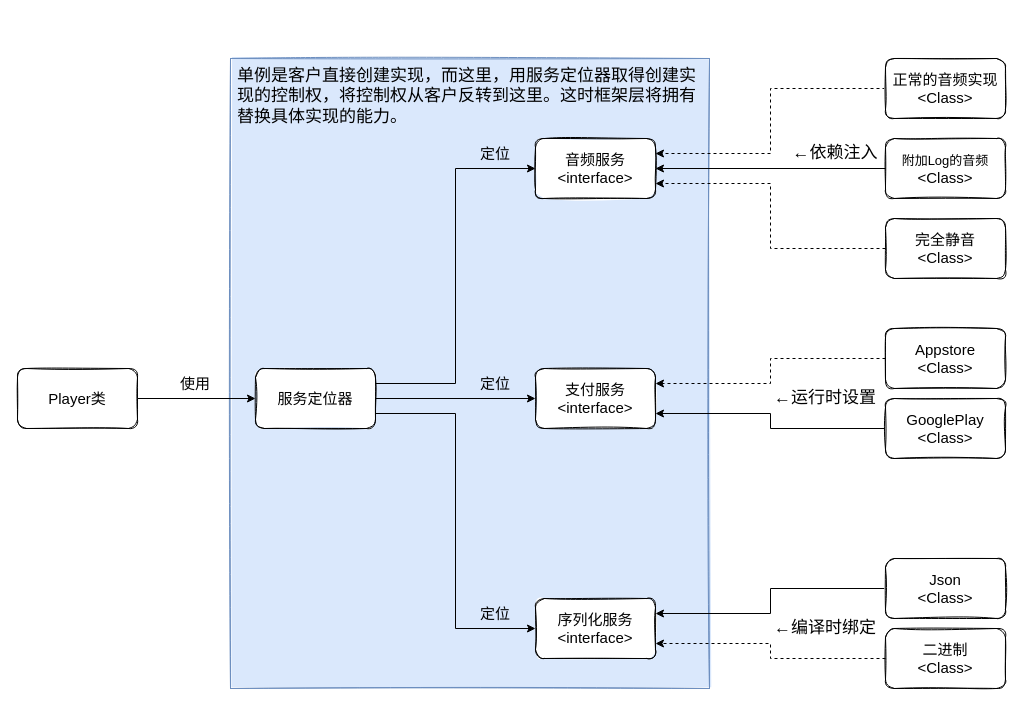
Earlier version of the draw.io diagram page "服务定位器" (2 of 8) of StartFramework.drawio (sass00n1/StartFramework). Source tidied: cells renumbered, new cells numbered last; positions are measured from the earlier drawing's top-left corner, leaving out a move shared by most shapes. Both pictures are drawn from the tidied source at 100%, with x=0, y=0 at pixel (17, 38).
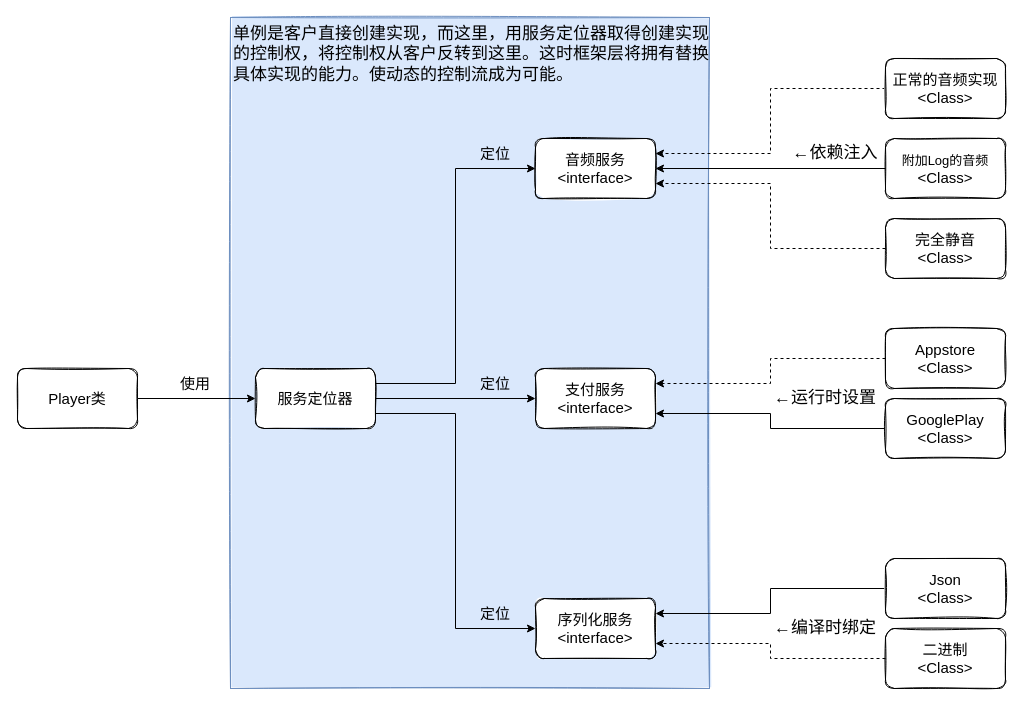
After the change.

Change to the diagram source:
```diff
@@
     <mxCell id="2" style="rounded=0;whiteSpace=wrap;html=1;sketch=1;fontSize=30;strokeColor=#6c8ebf;fillColor=#dae8fc;fillStyle=solid;" parent="1" vertex="1">
-      <mxGeometry x="213" y="20" width="479" height="630" as="geometry" />
+      <mxGeometry x="213" y="-21" width="479" height="671" as="geometry" />
     </mxCell>
@@
-    <mxCell id="31" value="&lt;div style=&quot;font-size: 17px&quot;&gt;&lt;font style=&quot;font-size: 17px ; line-height: 1&quot;&gt;单例是客户直接创建实现，而这里，用服务定位器取得创建实现的控制权，将控制权从客户反转到这里。这时框架层将拥有替换具体实现的能力。&lt;/font&gt;&lt;/div&gt;" style="text;html=1;strokeColor=none;fillColor=none;align=left;verticalAlign=middle;whiteSpace=wrap;rounded=0;sketch=1;fillStyle=solid;fontSize=30;" parent="1" vertex="1">
-      <mxGeometry x="218" y="20" width="472" height="76" as="geometry" />
+    <mxCell id="31" value="&lt;div style=&quot;font-size: 17px&quot;&gt;&lt;font style=&quot;font-size: 17px ; line-height: 1&quot;&gt;单例是客户直接创建实现，而这里，用服务定位器取得创建实现的控制权，将控制权从客户反转到这里。这时框架层将拥有替换具体实现的能力。使动态的控制流成为可能。&lt;/font&gt;&lt;/div&gt;" style="text;html=1;strokeColor=none;fillColor=none;align=left;verticalAlign=top;whiteSpace=wrap;rounded=0;sketch=1;fillStyle=solid;fontSize=30;" parent="1" vertex="1">
+      <mxGeometry x="214" y="-21" width="478" height="107" as="geometry" />
     </mxCell>
```
